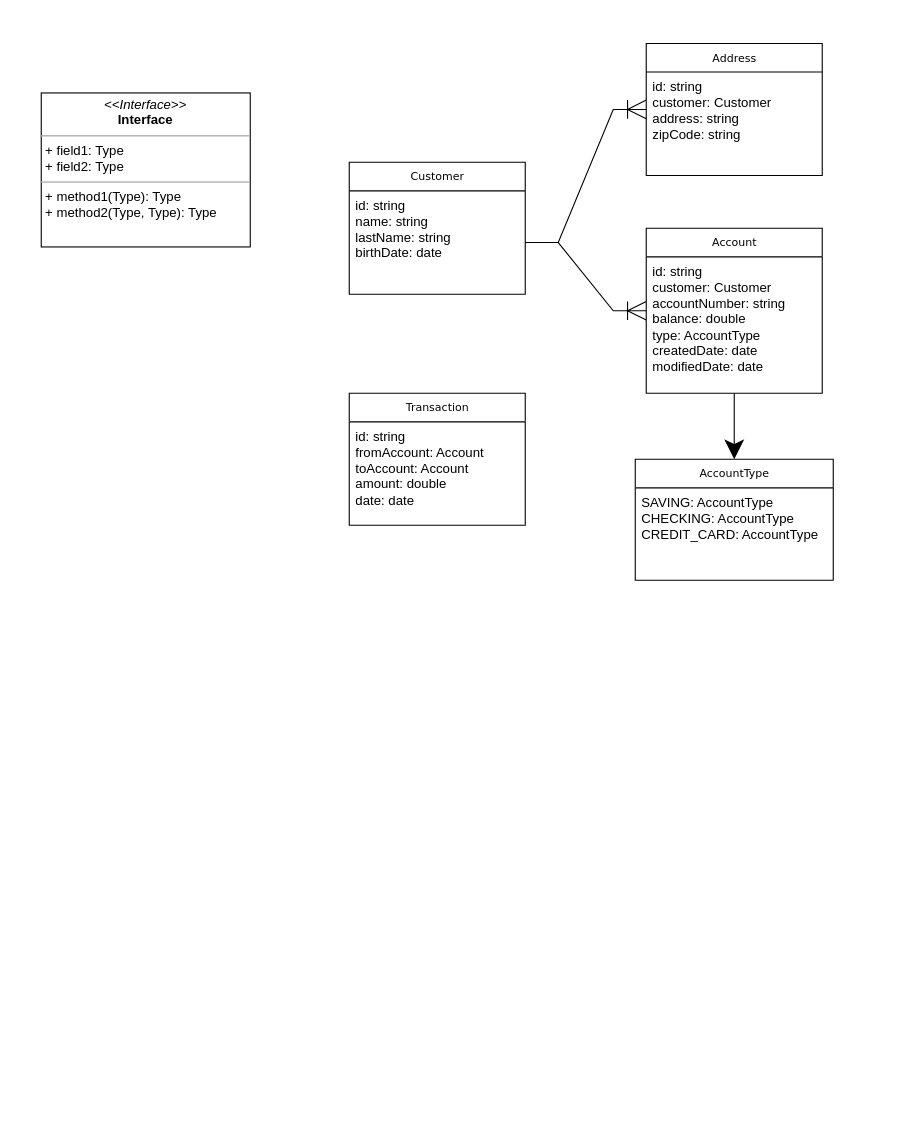
Before: architecture/john-doe-bank/03.data.drawio in codegik/pocs, a draw.io diagram. Source tidied: cells renumbered, new cells numbered last; positions are measured from the earlier drawing's top-left corner, leaving out a move shared by most shapes. Both pictures are drawn from the tidied source at 110%, with x=0, y=0 at pixel (41, 43).
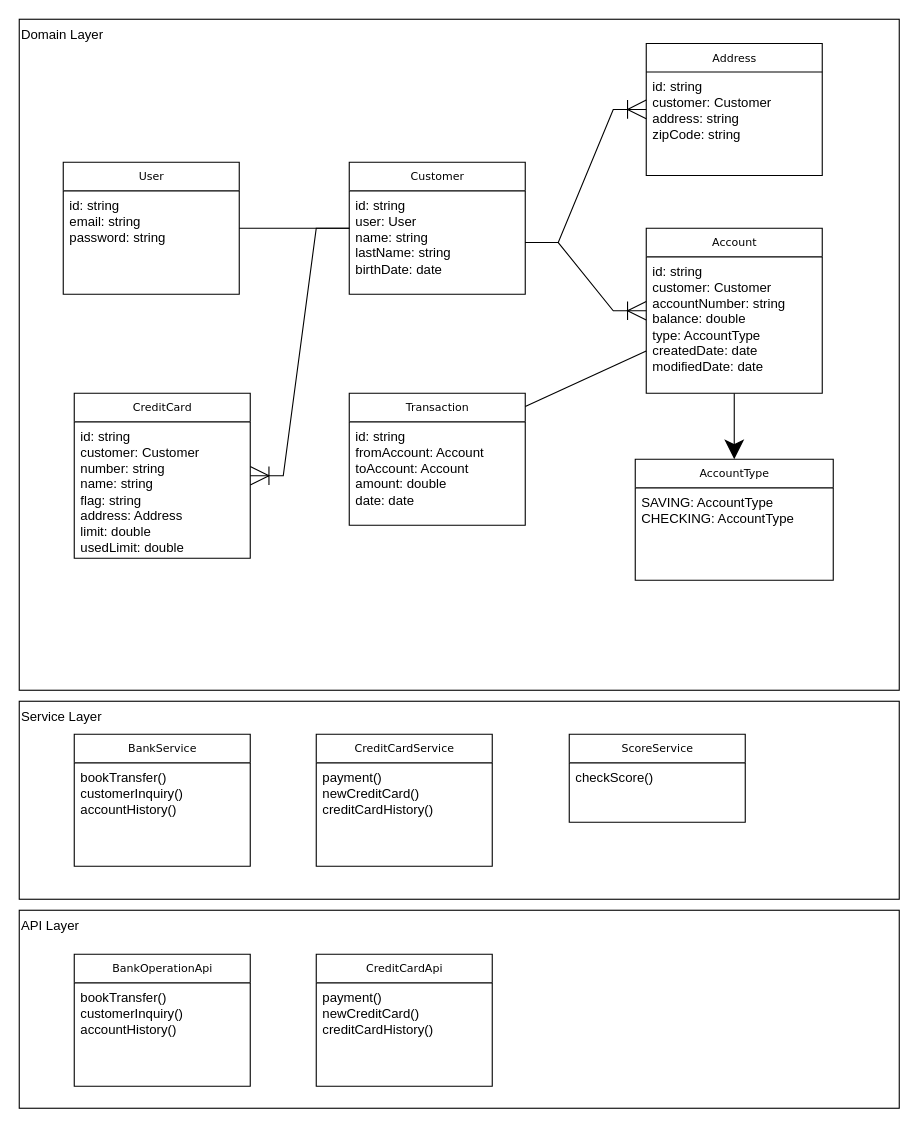
After the change.

The change refers to these unchanged cells:
```xml
<mxCell id="2" value="Customer" style="swimlane;html=1;fontStyle=0;horizontal=1;startSize=26;fillColor=none;swimlaneFillColor=#ffffff;rounded=0;shadow=0;comic=0;labelBackgroundColor=none;strokeWidth=1;fontFamily=Verdana;fontSize=10;align=center;" parent="1" vertex="1">
  <mxGeometry x="280" y="108" width="160" height="120" as="geometry" />
</mxCell>
<mxCell id="9" value="Account" style="swimlane;html=1;fontStyle=0;horizontal=1;startSize=26;fillColor=none;swimlaneFillColor=#ffffff;rounded=0;shadow=0;comic=0;labelBackgroundColor=none;strokeWidth=1;fontFamily=Verdana;fontSize=10;align=center;" parent="1" vertex="1">
  <mxGeometry x="550" y="168" width="160" height="150" as="geometry" />
</mxCell>
<mxCell id="12" value="AccountType" style="swimlane;html=1;fontStyle=0;horizontal=1;startSize=26;fillColor=none;swimlaneFillColor=#ffffff;rounded=0;shadow=0;comic=0;labelBackgroundColor=none;strokeWidth=1;fontFamily=Verdana;fontSize=10;align=center;" parent="1" vertex="1">
  <mxGeometry x="540" y="378" width="180" height="110" as="geometry" />
</mxCell>
<mxCell id="14" value="Transaction" style="swimlane;html=1;fontStyle=0;horizontal=1;startSize=26;fillColor=none;swimlaneFillColor=#ffffff;rounded=0;shadow=0;comic=0;labelBackgroundColor=none;strokeWidth=1;fontFamily=Verdana;fontSize=10;align=center;" parent="1" vertex="1">
  <mxGeometry x="280" y="318" width="160" height="120" as="geometry" />
</mxCell>
```

Change to the diagram source:
```diff
@@
+    <mxCell id="16" value="Domain Layer" style="rounded=0;whiteSpace=wrap;html=1;align=left;verticalAlign=top;" parent="1" vertex="1">
+      <mxGeometry x="-20" y="-22" width="800" height="610" as="geometry" />
+    </mxCell>
+    <mxCell id="17" value="API Layer" style="rounded=0;whiteSpace=wrap;html=1;align=left;verticalAlign=top;" parent="1" vertex="1">
+      <mxGeometry x="-20" y="788" width="800" height="180" as="geometry" />
+    </mxCell>
+    <mxCell id="18" value="Service Layer" style="rounded=0;whiteSpace=wrap;html=1;align=left;verticalAlign=top;" parent="1" vertex="1">
+      <mxGeometry x="-20" y="598" width="800" height="180" as="geometry" />
+    </mxCell>
@@
-    <mxCell id="3" value="&lt;div&gt;id: string&lt;/div&gt;&lt;div&gt;name: string&lt;/div&gt;&lt;div&gt;lastName: string&lt;/div&gt;&lt;div&gt;birthDate: date&lt;br&gt;&lt;/div&gt;" style="text;html=1;strokeColor=none;fillColor=none;align=left;verticalAlign=top;spacingLeft=4;spacingRight=4;whiteSpace=wrap;overflow=hidden;points=[[0,0.5],[1,0.5]];portConstraint=eastwest;" parent="2" vertex="1">
+    <mxCell id="3" value="&lt;div&gt;id: string&lt;/div&gt;&lt;div&gt;user: User&lt;br&gt;&lt;/div&gt;&lt;div&gt;name: string&lt;/div&gt;&lt;div&gt;lastName: string&lt;/div&gt;&lt;div&gt;birthDate: date&lt;br&gt;&lt;/div&gt;" style="text;html=1;strokeColor=none;fillColor=none;align=left;verticalAlign=top;spacingLeft=4;spacingRight=4;whiteSpace=wrap;overflow=hidden;points=[[0,0.5],[1,0.5]];portConstraint=eastwest;" parent="2" vertex="1">
       <mxGeometry y="26" width="160" height="94" as="geometry" />
     </mxCell>
-    <mxCell id="4" value="&lt;p style=&quot;margin:0px;margin-top:4px;text-align:center;&quot;&gt;&lt;i&gt;&amp;lt;&amp;lt;Interface&amp;gt;&amp;gt;&lt;/i&gt;&lt;br/&gt;&lt;b&gt;Interface&lt;/b&gt;&lt;/p&gt;&lt;hr size=&quot;1&quot;/&gt;&lt;p style=&quot;margin:0px;margin-left:4px;&quot;&gt;+ field1: Type&lt;br/&gt;+ field2: Type&lt;/p&gt;&lt;hr size=&quot;1&quot;/&gt;&lt;p style=&quot;margin:0px;margin-left:4px;&quot;&gt;+ method1(Type): Type&lt;br/&gt;+ method2(Type, Type): Type&lt;/p&gt;" style="verticalAlign=top;align=left;overflow=fill;fontSize=12;fontFamily=Helvetica;html=1;rounded=0;shadow=0;comic=0;labelBackgroundColor=none;strokeWidth=1;" parent="1" vertex="1">
-      <mxGeometry y="45" width="190" height="140" as="geometry" />
-    </mxCell>
@@
-    <mxCell id="13" value="&lt;div&gt;SAVING: AccountType&lt;br&gt;&lt;/div&gt;&lt;div&gt;CHECKING: AccountType&lt;/div&gt;&lt;div&gt;CREDIT_CARD: AccountType&lt;br&gt;&lt;/div&gt;" style="text;html=1;strokeColor=none;fillColor=none;align=left;verticalAlign=top;spacingLeft=4;spacingRight=4;whiteSpace=wrap;overflow=hidden;" parent="12" vertex="1">
+    <mxCell id="13" value="&lt;div&gt;SAVING: AccountType&lt;br&gt;&lt;/div&gt;&lt;div&gt;CHECKING: AccountType&lt;/div&gt;" style="text;html=1;strokeColor=none;fillColor=none;align=left;verticalAlign=top;spacingLeft=4;spacingRight=4;whiteSpace=wrap;overflow=hidden;" parent="12" vertex="1">
       <mxGeometry y="26" width="180" height="84" as="geometry" />
     </mxCell>
@@
+    <mxCell id="19" value="User" style="swimlane;html=1;fontStyle=0;horizontal=1;startSize=26;fillColor=none;swimlaneFillColor=#ffffff;rounded=0;shadow=0;comic=0;labelBackgroundColor=none;strokeWidth=1;fontFamily=Verdana;fontSize=10;align=center;" parent="1" vertex="1">
+      <mxGeometry x="20" y="108" width="160" height="120" as="geometry" />
+    </mxCell>
+    <mxCell id="20" value="&lt;div&gt;id: string&lt;/div&gt;&lt;div&gt;email: string&lt;/div&gt;&lt;div&gt;password: string&lt;br&gt;&lt;/div&gt;" style="text;html=1;strokeColor=none;fillColor=none;align=left;verticalAlign=top;spacingLeft=4;spacingRight=4;whiteSpace=wrap;overflow=hidden;" parent="19" vertex="1">
+      <mxGeometry y="26" width="160" height="94" as="geometry" />
+    </mxCell>
+    <mxCell id="21" style="endArrow=none;html=1;rounded=0;endSize=15;" parent="1" edge="1" source="19" target="2">
+      <mxGeometry relative="1" as="geometry" />
+    </mxCell>
+    <mxCell id="22" value="BankService" style="swimlane;html=1;fontStyle=0;horizontal=1;startSize=26;fillColor=none;swimlaneFillColor=#ffffff;rounded=0;shadow=0;comic=0;labelBackgroundColor=none;strokeWidth=1;fontFamily=Verdana;fontSize=10;align=center;" parent="1" vertex="1">
+      <mxGeometry x="30" y="628" width="160" height="120" as="geometry" />
+    </mxCell>
+    <mxCell id="23" value="&lt;div&gt;bookTransfer()&lt;/div&gt;&lt;div&gt;customerInquiry()&lt;br&gt;&lt;/div&gt;&lt;div&gt;accountHistory()&lt;br&gt;&lt;/div&gt;" style="text;html=1;strokeColor=none;fillColor=none;align=left;verticalAlign=top;spacingLeft=4;spacingRight=4;whiteSpace=wrap;overflow=hidden;" parent="22" vertex="1">
+      <mxGeometry y="26" width="160" height="94" as="geometry" />
+    </mxCell>
+    <mxCell id="24" style="endArrow=none;html=1;rounded=0;endSize=15;exitX=1;exitY=0.1;exitDx=0;exitDy=0;exitPerimeter=0;" parent="1" edge="1" source="14" target="9">
+      <mxGeometry relative="1" as="geometry" />
+    </mxCell>
+    <mxCell id="25" value="BankOperationApi" style="swimlane;html=1;fontStyle=0;horizontal=1;startSize=26;fillColor=none;swimlaneFillColor=#ffffff;rounded=0;shadow=0;comic=0;labelBackgroundColor=none;strokeWidth=1;fontFamily=Verdana;fontSize=10;align=center;" parent="1" vertex="1">
+      <mxGeometry x="30" y="828" width="160" height="120" as="geometry" />
+    </mxCell>
+    <mxCell id="26" value="&lt;div&gt;bookTransfer()&lt;/div&gt;&lt;div&gt;customerInquiry()&lt;/div&gt;&lt;div&gt;accountHistory()&lt;/div&gt;" style="text;html=1;strokeColor=none;fillColor=none;align=left;verticalAlign=top;spacingLeft=4;spacingRight=4;whiteSpace=wrap;overflow=hidden;" parent="25" vertex="1">
+      <mxGeometry y="26" width="160" height="94" as="geometry" />
+    </mxCell>
+    <mxCell id="27" value="CreditCard" style="swimlane;html=1;fontStyle=0;horizontal=1;startSize=26;fillColor=none;swimlaneFillColor=#ffffff;rounded=0;shadow=0;comic=0;labelBackgroundColor=none;strokeWidth=1;fontFamily=Verdana;fontSize=10;align=center;" parent="1" vertex="1">
+      <mxGeometry x="30" y="318" width="160" height="150" as="geometry" />
+    </mxCell>
+    <mxCell id="28" value="&lt;div&gt;id: string&lt;/div&gt;&lt;div&gt;customer: Customer&lt;/div&gt;&lt;div&gt;number: string&lt;/div&gt;&lt;div&gt;name: string&lt;/div&gt;&lt;div&gt;flag: string&lt;/div&gt;&lt;div&gt;address: Address&lt;br&gt;&lt;/div&gt;&lt;div&gt;limit: double&lt;/div&gt;&lt;div&gt;usedLimit: double&lt;br&gt;&lt;/div&gt;" style="text;html=1;strokeColor=none;fillColor=none;align=left;verticalAlign=top;spacingLeft=4;spacingRight=4;whiteSpace=wrap;overflow=hidden;" parent="27" vertex="1">
+      <mxGeometry y="26" width="160" height="124" as="geometry" />
+    </mxCell>
+    <mxCell id="29" value="CreditCardService" style="swimlane;html=1;fontStyle=0;horizontal=1;startSize=26;fillColor=none;swimlaneFillColor=#ffffff;rounded=0;shadow=0;comic=0;labelBackgroundColor=none;strokeWidth=1;fontFamily=Verdana;fontSize=10;align=center;" parent="1" vertex="1">
+      <mxGeometry x="250" y="628" width="160" height="120" as="geometry" />
+    </mxCell>
+    <mxCell id="30" value="&lt;div&gt;payment()&lt;/div&gt;&lt;div&gt;newCreditCard()&lt;br&gt;&lt;/div&gt;&lt;div&gt;creditCardHistory()&lt;/div&gt;" style="text;html=1;strokeColor=none;fillColor=none;align=left;verticalAlign=top;spacingLeft=4;spacingRight=4;whiteSpace=wrap;overflow=hidden;" parent="29" vertex="1">
+      <mxGeometry y="26" width="160" height="94" as="geometry" />
+    </mxCell>
+    <mxCell id="31" value="ScoreService" style="swimlane;html=1;fontStyle=0;horizontal=1;startSize=26;fillColor=none;swimlaneFillColor=#ffffff;rounded=0;shadow=0;comic=0;labelBackgroundColor=none;strokeWidth=1;fontFamily=Verdana;fontSize=10;align=center;" parent="1" vertex="1">
+      <mxGeometry x="480" y="628" width="160" height="80" as="geometry" />
+    </mxCell>
+    <mxCell id="32" value="checkScore()" style="text;html=1;strokeColor=none;fillColor=none;align=left;verticalAlign=top;spacingLeft=4;spacingRight=4;whiteSpace=wrap;overflow=hidden;" parent="31" vertex="1">
+      <mxGeometry y="26" width="160" height="54" as="geometry" />
+    </mxCell>
+    <mxCell id="33" value="CreditCardApi" style="swimlane;html=1;fontStyle=0;horizontal=1;startSize=26;fillColor=none;swimlaneFillColor=#ffffff;rounded=0;shadow=0;comic=0;labelBackgroundColor=none;strokeWidth=1;fontFamily=Verdana;fontSize=10;align=center;" parent="1" vertex="1">
+      <mxGeometry x="250" y="828" width="160" height="120" as="geometry" />
+    </mxCell>
+    <mxCell id="34" value="&lt;div&gt;payment()&lt;/div&gt;&lt;div&gt;newCreditCard()&lt;br&gt;&lt;/div&gt;&lt;div&gt;creditCardHistory()&lt;/div&gt;" style="text;html=1;strokeColor=none;fillColor=none;align=left;verticalAlign=top;spacingLeft=4;spacingRight=4;whiteSpace=wrap;overflow=hidden;" parent="33" vertex="1">
+      <mxGeometry y="26" width="160" height="94" as="geometry" />
+    </mxCell>
+    <mxCell id="35" style="edgeStyle=entityRelationEdgeStyle;fontSize=12;html=1;endArrow=ERoneToMany;rounded=0;endSize=15;" parent="1" edge="1" source="2" target="27">
+      <mxGeometry relative="1" as="geometry" />
+    </mxCell>
```
